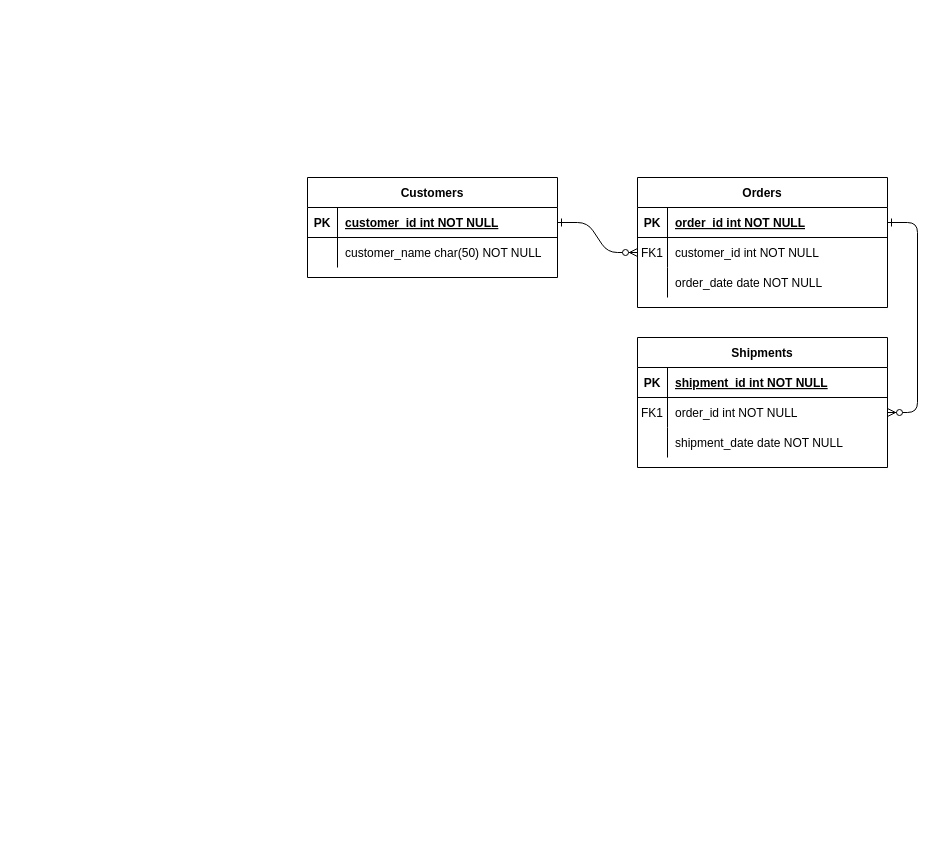
This is Diagrama sin título.drawio from grimapatroy/Repo-SQL, a draw.io file, before an edit. Source tidied: cells renumbered, new cells numbered last; positions are measured from the earlier drawing's top-left corner, leaving out a move shared by most shapes. Both pictures are drawn from the tidied source at 100%, with x=0, y=0 at pixel (307, 177).
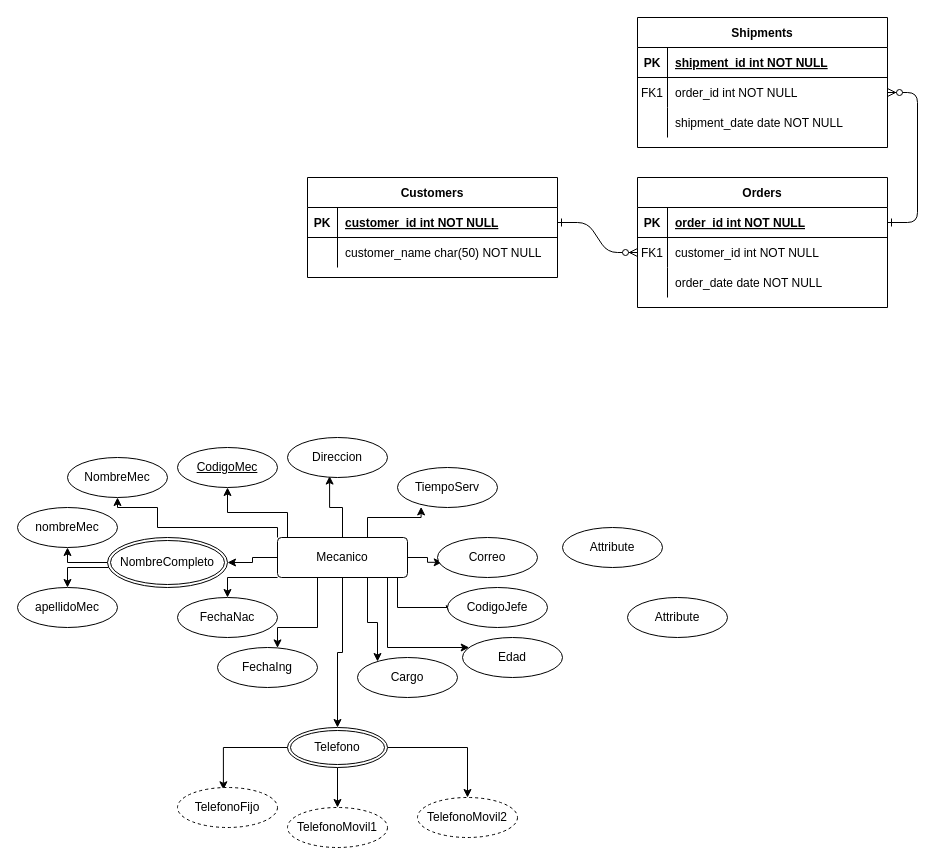
Above is the later version.

Commit message:
Actualizar Diagrama sin título.drawio_MER_MECANICO

What changed in the source:
```diff
@@
     <mxCell id="14" value="Shipments" style="shape=table;startSize=30;childLayout=tableLayout;rowLines=0;fontStyle=1;align=center;" parent="1" vertex="1">
-      <mxGeometry x="330" y="160" width="250" height="130" as="geometry" />
+      <mxGeometry x="330" y="-160" width="250" height="130" as="geometry" />
     </mxCell>
@@
+    <mxCell id="31" style="edgeStyle=orthogonalEdgeStyle;rounded=0;jettySize=auto;html=1;entryX=0.5;entryY=1;entryDx=0;entryDy=0;" parent="1" edge="1" source="43" target="45">
+      <mxGeometry relative="1" as="geometry">
+        <Array as="points">
+          <mxPoint x="-20" y="335" />
+          <mxPoint x="-80" y="335" />
+        </Array>
+      </mxGeometry>
+    </mxCell>
+    <mxCell id="32" style="edgeStyle=orthogonalEdgeStyle;rounded=0;jettySize=auto;html=1;entryX=0.5;entryY=1;entryDx=0;entryDy=0;" parent="1" edge="1" source="43" target="44">
+      <mxGeometry relative="1" as="geometry">
+        <Array as="points">
+          <mxPoint x="-30" y="350" />
+          <mxPoint x="-150" y="350" />
+          <mxPoint x="-150" y="330" />
+          <mxPoint x="-190" y="330" />
+        </Array>
+      </mxGeometry>
+    </mxCell>
+    <mxCell id="33" style="edgeStyle=orthogonalEdgeStyle;rounded=0;jettySize=auto;html=1;entryX=1;entryY=0.5;entryDx=0;entryDy=0;" parent="1" edge="1" source="43" target="59">
+      <mxGeometry relative="1" as="geometry" />
+    </mxCell>
+    <mxCell id="34" style="edgeStyle=orthogonalEdgeStyle;rounded=0;jettySize=auto;html=1;entryX=0.5;entryY=0;entryDx=0;entryDy=0;" parent="1" edge="1" source="43" target="47">
+      <mxGeometry relative="1" as="geometry">
+        <Array as="points">
+          <mxPoint x="-80" y="400" />
+        </Array>
+      </mxGeometry>
+    </mxCell>
+    <mxCell id="35" style="edgeStyle=orthogonalEdgeStyle;rounded=0;jettySize=auto;html=1;" parent="1" edge="1" source="43" target="64">
+      <mxGeometry relative="1" as="geometry" />
+    </mxCell>
+    <mxCell id="36" style="edgeStyle=orthogonalEdgeStyle;rounded=0;jettySize=auto;html=1;" parent="1" edge="1" source="43" target="48">
+      <mxGeometry relative="1" as="geometry">
+        <Array as="points">
+          <mxPoint x="10" y="450" />
+          <mxPoint x="-30" y="450" />
+        </Array>
+      </mxGeometry>
+    </mxCell>
+    <mxCell id="37" style="edgeStyle=orthogonalEdgeStyle;rounded=0;jettySize=auto;html=1;" parent="1" edge="1" source="43" target="50">
+      <mxGeometry relative="1" as="geometry">
+        <Array as="points">
+          <mxPoint x="60" y="445" />
+          <mxPoint x="70" y="445" />
+        </Array>
+      </mxGeometry>
+    </mxCell>
+    <mxCell id="38" style="edgeStyle=orthogonalEdgeStyle;rounded=0;jettySize=auto;html=1;entryX=0.421;entryY=0.964;entryDx=0;entryDy=0;entryPerimeter=0;" parent="1" edge="1" source="43" target="51">
+      <mxGeometry relative="1" as="geometry" />
+    </mxCell>
+    <mxCell id="39" style="edgeStyle=orthogonalEdgeStyle;rounded=0;jettySize=auto;html=1;entryX=0.047;entryY=0.621;entryDx=0;entryDy=0;entryPerimeter=0;" parent="1" edge="1" source="43" target="56">
+      <mxGeometry relative="1" as="geometry" />
+    </mxCell>
+    <mxCell id="40" style="edgeStyle=orthogonalEdgeStyle;rounded=0;jettySize=auto;html=1;entryX=0.236;entryY=0.986;entryDx=0;entryDy=0;entryPerimeter=0;" parent="1" edge="1" source="43" target="52">
+      <mxGeometry relative="1" as="geometry">
+        <Array as="points">
+          <mxPoint x="60" y="340" />
+          <mxPoint x="114" y="340" />
+        </Array>
+      </mxGeometry>
+    </mxCell>
+    <mxCell id="41" style="edgeStyle=orthogonalEdgeStyle;rounded=0;jettySize=auto;html=1;entryX=0.021;entryY=0.657;entryDx=0;entryDy=0;entryPerimeter=0;" parent="1" edge="1" source="43" target="53">
+      <mxGeometry relative="1" as="geometry">
+        <Array as="points">
+          <mxPoint x="90" y="430" />
+          <mxPoint x="142" y="430" />
+        </Array>
+      </mxGeometry>
+    </mxCell>
+    <mxCell id="42" style="edgeStyle=orthogonalEdgeStyle;rounded=0;jettySize=auto;html=1;" parent="1" edge="1" source="43" target="49">
+      <mxGeometry relative="1" as="geometry">
+        <Array as="points">
+          <mxPoint x="80" y="470" />
+        </Array>
+      </mxGeometry>
+    </mxCell>
+    <mxCell id="43" value="Mecanico" style="rounded=1;arcSize=10;whiteSpace=wrap;html=1;align=center;" parent="1" vertex="1">
+      <mxGeometry x="-30" y="360" width="130" height="40" as="geometry" />
+    </mxCell>
+    <mxCell id="44" value="NombreMec" style="ellipse;whiteSpace=wrap;html=1;align=center;" parent="1" vertex="1">
+      <mxGeometry x="-240" y="280" width="100" height="40" as="geometry" />
+    </mxCell>
+    <mxCell id="45" value="CodigoMec" style="ellipse;whiteSpace=wrap;html=1;align=center;fontStyle=4;" parent="1" vertex="1">
+      <mxGeometry x="-130" y="270" width="100" height="40" as="geometry" />
+    </mxCell>
+    <mxCell id="46" value="nombreMec" style="ellipse;whiteSpace=wrap;html=1;align=center;" parent="1" vertex="1">
+      <mxGeometry x="-290" y="330" width="100" height="40" as="geometry" />
+    </mxCell>
+    <mxCell id="47" value="FechaNac" style="ellipse;whiteSpace=wrap;html=1;align=center;" parent="1" vertex="1">
+      <mxGeometry x="-130" y="420" width="100" height="40" as="geometry" />
+    </mxCell>
+    <mxCell id="48" value="FechaIng" style="ellipse;whiteSpace=wrap;html=1;align=center;" parent="1" vertex="1">
+      <mxGeometry x="-90" y="470" width="100" height="40" as="geometry" />
+    </mxCell>
+    <mxCell id="49" value="Edad" style="ellipse;whiteSpace=wrap;html=1;align=center;" parent="1" vertex="1">
+      <mxGeometry x="155" y="460" width="100" height="40" as="geometry" />
+    </mxCell>
+    <mxCell id="50" value="Cargo" style="ellipse;whiteSpace=wrap;html=1;align=center;" parent="1" vertex="1">
+      <mxGeometry x="50" y="480" width="100" height="40" as="geometry" />
+    </mxCell>
+    <mxCell id="51" value="Direccion" style="ellipse;whiteSpace=wrap;html=1;align=center;" parent="1" vertex="1">
+      <mxGeometry x="-20" y="260" width="100" height="40" as="geometry" />
+    </mxCell>
+    <mxCell id="52" value="TiempoServ" style="ellipse;whiteSpace=wrap;html=1;align=center;" parent="1" vertex="1">
+      <mxGeometry x="90" y="290" width="100" height="40" as="geometry" />
+    </mxCell>
+    <mxCell id="53" value="CodigoJefe" style="ellipse;whiteSpace=wrap;html=1;align=center;" parent="1" vertex="1">
+      <mxGeometry x="140" y="410" width="100" height="40" as="geometry" />
+    </mxCell>
+    <mxCell id="54" value="Attribute" style="ellipse;whiteSpace=wrap;html=1;align=center;" parent="1" vertex="1">
+      <mxGeometry x="320" y="420" width="100" height="40" as="geometry" />
+    </mxCell>
+    <mxCell id="55" value="Attribute" style="ellipse;whiteSpace=wrap;html=1;align=center;" parent="1" vertex="1">
+      <mxGeometry x="255" y="350" width="100" height="40" as="geometry" />
+    </mxCell>
+    <mxCell id="56" value="Correo" style="ellipse;whiteSpace=wrap;html=1;align=center;" parent="1" vertex="1">
+      <mxGeometry x="130" y="360" width="100" height="40" as="geometry" />
+    </mxCell>
+    <mxCell id="57" style="edgeStyle=orthogonalEdgeStyle;rounded=0;jettySize=auto;html=1;entryX=0.5;entryY=1;entryDx=0;entryDy=0;" parent="1" edge="1" source="59" target="46">
+      <mxGeometry relative="1" as="geometry">
+        <Array as="points">
+          <mxPoint x="-240" y="385" />
+        </Array>
+      </mxGeometry>
+    </mxCell>
+    <mxCell id="58" style="edgeStyle=orthogonalEdgeStyle;rounded=0;jettySize=auto;html=1;entryX=0.5;entryY=0;entryDx=0;entryDy=0;" parent="1" edge="1" source="59" target="60">
+      <mxGeometry relative="1" as="geometry">
+        <Array as="points">
+          <mxPoint x="-240" y="390" />
+        </Array>
+      </mxGeometry>
+    </mxCell>
+    <mxCell id="59" value="NombreCompleto" style="ellipse;shape=doubleEllipse;margin=3;whiteSpace=wrap;html=1;align=center;" parent="1" vertex="1">
+      <mxGeometry x="-200" y="360" width="120" height="50" as="geometry" />
+    </mxCell>
+    <mxCell id="60" value="apellidoMec" style="ellipse;whiteSpace=wrap;html=1;align=center;" parent="1" vertex="1">
+      <mxGeometry x="-290" y="410" width="100" height="40" as="geometry" />
+    </mxCell>
+    <mxCell id="61" style="edgeStyle=orthogonalEdgeStyle;rounded=0;jettySize=auto;html=1;entryX=0.459;entryY=0.057;entryDx=0;entryDy=0;entryPerimeter=0;" parent="1" edge="1" source="64" target="65">
+      <mxGeometry relative="1" as="geometry" />
+    </mxCell>
+    <mxCell id="62" style="edgeStyle=orthogonalEdgeStyle;rounded=0;jettySize=auto;html=1;" parent="1" edge="1" source="64" target="66">
+      <mxGeometry relative="1" as="geometry" />
+    </mxCell>
+    <mxCell id="63" style="edgeStyle=orthogonalEdgeStyle;rounded=0;jettySize=auto;html=1;" parent="1" edge="1" source="64" target="67">
+      <mxGeometry relative="1" as="geometry" />
+    </mxCell>
+    <mxCell id="64" value="Telefono" style="ellipse;shape=doubleEllipse;margin=3;whiteSpace=wrap;html=1;align=center;" parent="1" vertex="1">
+      <mxGeometry x="-20" y="550" width="100" height="40" as="geometry" />
+    </mxCell>
+    <mxCell id="65" value="TelefonoFijo" style="ellipse;whiteSpace=wrap;html=1;align=center;dashed=1;" parent="1" vertex="1">
+      <mxGeometry x="-130" y="610" width="100" height="40" as="geometry" />
+    </mxCell>
+    <mxCell id="66" value="TelefonoMovil1" style="ellipse;whiteSpace=wrap;html=1;align=center;dashed=1;" parent="1" vertex="1">
+      <mxGeometry x="-20" y="630" width="100" height="40" as="geometry" />
+    </mxCell>
+    <mxCell id="67" value="TelefonoMovil2" style="ellipse;whiteSpace=wrap;html=1;align=center;dashed=1;" parent="1" vertex="1">
+      <mxGeometry x="110" y="620" width="100" height="40" as="geometry" />
+    </mxCell>
```
